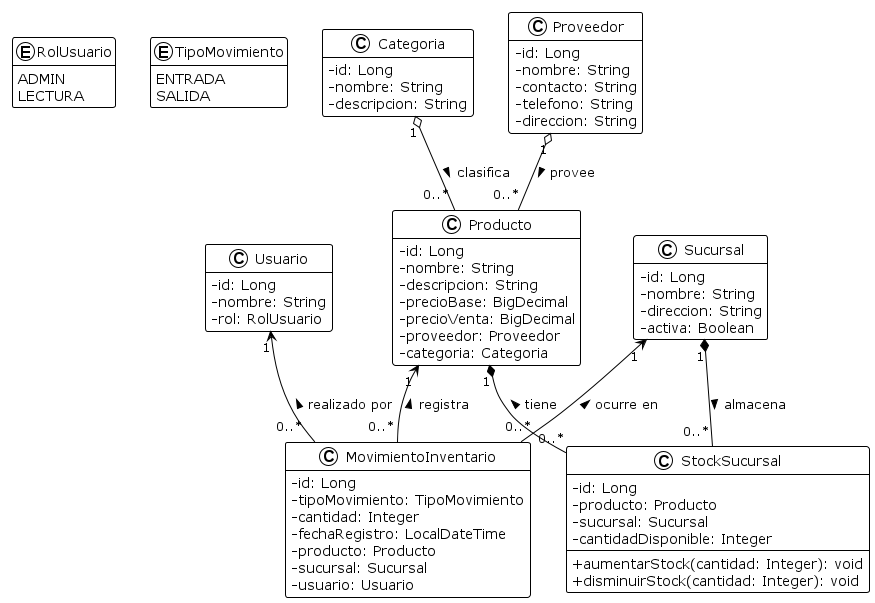
Above: docs/diagramas/diagrama_clases.png in DanielYanes-YH25001/gestion-inventarios-api (PlantUML), before the change.
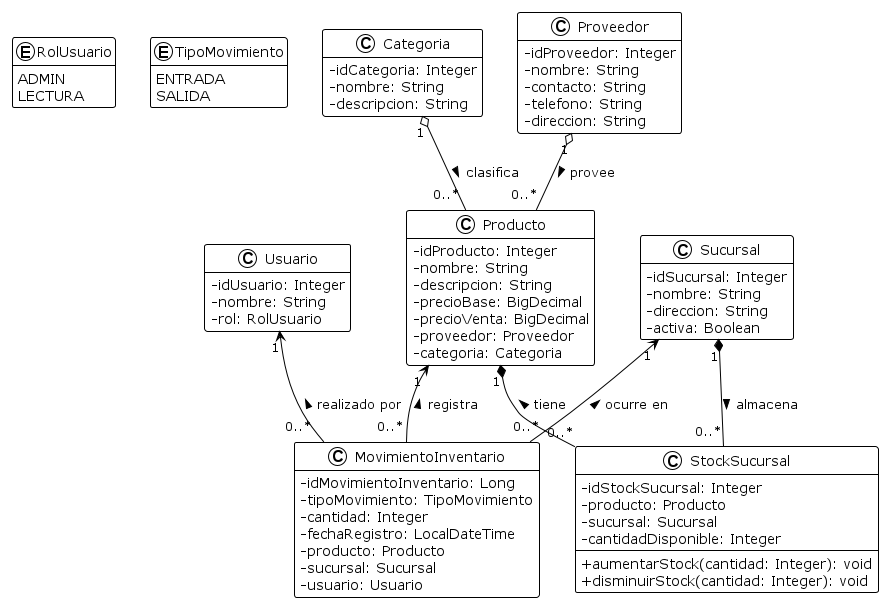
After the change.

Commit message:
docs: actualizar diagrama de clases

- Actualizar tipo de dato y nombre del identificador en todas las entidades

Change to the diagram source:
```diff
@@ -4,69 +4,69 @@
 hide empty members
 
 enum RolUsuario {
-  ADMIN
-  LECTURA
+    ADMIN
+    LECTURA
 }
 
 enum TipoMovimiento {
-  ENTRADA
-  SALIDA
+    ENTRADA
+    SALIDA
 }
 
 class Usuario {
-  - id: Long
-  - nombre: String
-  - rol: RolUsuario
+    - idUsuario: Integer
+    - nombre: String
+    - rol: RolUsuario
 }
 
 class Categoria {
-  - id: Long
-  - nombre: String
-  - descripcion: String
+    - idCategoria: Integer
+    - nombre: String
+    - descripcion: String
 }
 
 class Proveedor {
-  - id: Long
-  - nombre: String
-  - contacto: String
-  - telefono: String
-  - direccion: String
+    - idProveedor: Integer
+    - nombre: String
+    - contacto: String
+    - telefono: String
+    - direccion: String
 }
 
 class Sucursal {
-  - id: Long
-  - nombre: String
-  - direccion: String
-  - activa: Boolean
+    - idSucursal: Integer
+    - nombre: String
+    - direccion: String
+    - activa: Boolean
 }
 
 class Producto {
-  - id: Long
-  - nombre: String
-  - descripcion: String
-  - precioBase: BigDecimal
-  - precioVenta: BigDecimal
-  - proveedor: Proveedor
-  - categoria: Categoria
+    - idProducto: Integer
+    - nombre: String
+    - descripcion: String
+    - precioBase: BigDecimal
+    - precioVenta: BigDecimal
+    - proveedor: Proveedor
+    - categoria: Categoria
 }
 
 class StockSucursal {
-  - id: Long
-  - producto: Producto
-  - sucursal: Sucursal
-  - cantidadDisponible: Integer
-  + aumentarStock(cantidad: Integer): void
-  + disminuirStock(cantidad: Integer): void
+    - idStockSucursal: Integer
+    - producto: Producto
+    - sucursal: Sucursal
+    - cantidadDisponible: Integer
+    + aumentarStock(cantidad: Integer): void
+    + disminuirStock(cantidad: Integer): void
 }
 
 class MovimientoInventario {
-  - id: Long
-  - tipoMovimiento: TipoMovimiento
-  - cantidad: Integer
-  - fechaRegistro: LocalDateTime
-  - producto: Producto
-  - sucursal: Sucursal
-  - usuario: Usuario
+    - idMovimientoInventario: Long
+    - tipoMovimiento: TipoMovimiento
+    - cantidad: Integer
+    - fechaRegistro: LocalDateTime
+    - producto: Producto
+    - sucursal: Sucursal
+    - usuario: Usuario
 }
 
 Categoria "1" o-- "0..*" Producto : clasifica >
```
